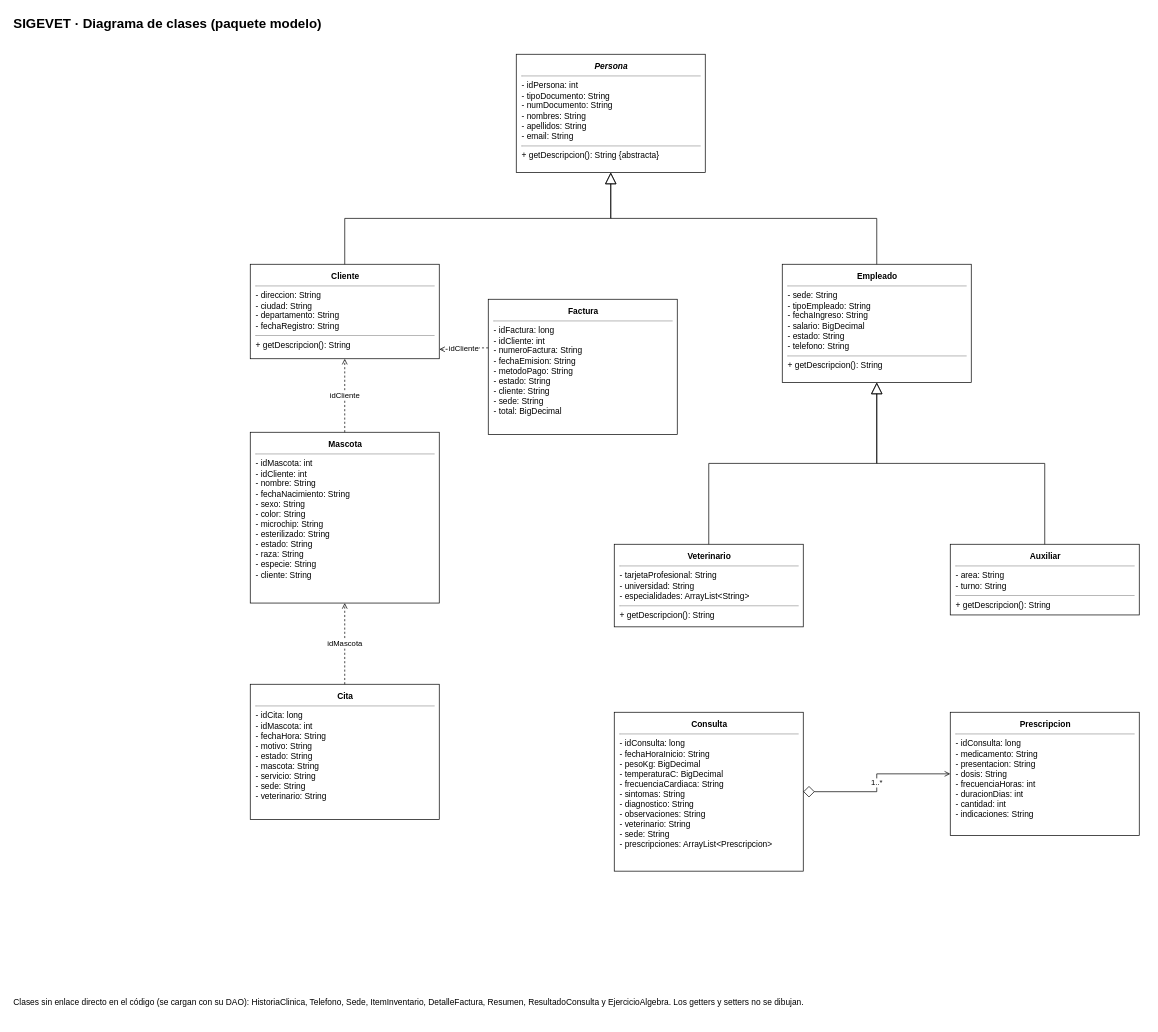
Earlier version of the draw.io diagram documentos/fase1/diagramas_drawio/28_Clases.drawio (Estarlan/proyecto-bd1-sigevet). Source tidied: cells renumbered, new cells numbered last; positions are measured from the earlier drawing's top-left corner, leaving out a move shared by most shapes. Both pictures are drawn from the tidied source at 70%, with x=0, y=0 at pixel (12, 12).
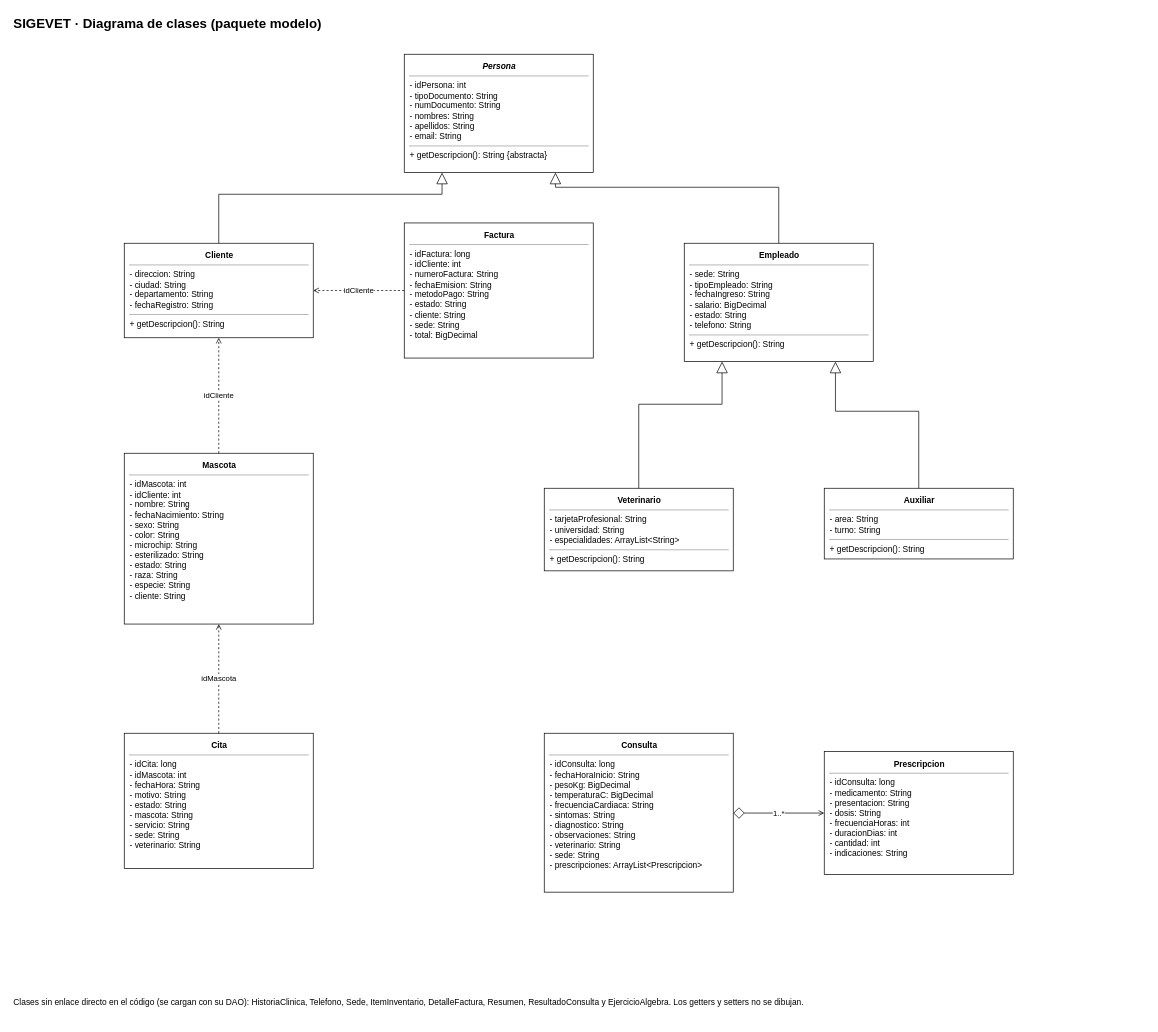
Above is the later version.

The edit, as a diff of the source:
```diff
@@
     <mxCell id="3" value="&lt;div style='width:256px'&gt;&lt;div style='text-align:center'&gt;&lt;b&gt;&lt;i&gt;Persona&lt;/i&gt;&lt;/b&gt;&lt;/div&gt;&lt;hr size='1'&gt;- idPersona: int&lt;br&gt;- tipoDocumento: String&lt;br&gt;- numDocumento: String&lt;br&gt;- nombres: String&lt;br&gt;- apellidos: String&lt;br&gt;- email: String&lt;hr size='1'&gt;+ getDescripcion(): String {abstracta}&lt;/div&gt;" style="rounded=0;whiteSpace=wrap;html=1;fillColor=none;align=left;verticalAlign=top;spacingLeft=6;spacingTop=4;fontSize=12;" parent="1" vertex="1">
-      <mxGeometry x="720" y="60" width="270" height="169" as="geometry" />
+      <mxGeometry x="560" y="60" width="270" height="169" as="geometry" />
     </mxCell>
     <mxCell id="4" value="&lt;div style='width:256px'&gt;&lt;div style='text-align:center'&gt;&lt;b&gt;Cliente&lt;/b&gt;&lt;/div&gt;&lt;hr size='1'&gt;- direccion: String&lt;br&gt;- ciudad: String&lt;br&gt;- departamento: String&lt;br&gt;- fechaRegistro: String&lt;hr size='1'&gt;+ getDescripcion(): String&lt;/div&gt;" style="rounded=0;whiteSpace=wrap;html=1;fillColor=none;align=left;verticalAlign=top;spacingLeft=6;spacingTop=4;fontSize=12;" parent="1" vertex="1">
-      <mxGeometry x="340" y="360" width="270" height="135" as="geometry" />
+      <mxGeometry x="160" y="330" width="270" height="135" as="geometry" />
     </mxCell>
     <mxCell id="5" value="&lt;div style='width:256px'&gt;&lt;div style='text-align:center'&gt;&lt;b&gt;Empleado&lt;/b&gt;&lt;/div&gt;&lt;hr size='1'&gt;- sede: String&lt;br&gt;- tipoEmpleado: String&lt;br&gt;- fechaIngreso: String&lt;br&gt;- salario: BigDecimal&lt;br&gt;- estado: String&lt;br&gt;- telefono: String&lt;hr size='1'&gt;+ getDescripcion(): String&lt;/div&gt;" style="rounded=0;whiteSpace=wrap;html=1;fillColor=none;align=left;verticalAlign=top;spacingLeft=6;spacingTop=4;fontSize=12;" parent="1" vertex="1">
-      <mxGeometry x="1100" y="360" width="270" height="169" as="geometry" />
+      <mxGeometry x="960" y="330" width="270" height="169" as="geometry" />
     </mxCell>
     <mxCell id="6" value="&lt;div style='width:256px'&gt;&lt;div style='text-align:center'&gt;&lt;b&gt;Veterinario&lt;/b&gt;&lt;/div&gt;&lt;hr size='1'&gt;- tarjetaProfesional: String&lt;br&gt;- universidad: String&lt;br&gt;- especialidades: ArrayList&amp;lt;String&amp;gt;&lt;hr size='1'&gt;+ getDescripcion(): String&lt;/div&gt;" style="rounded=0;whiteSpace=wrap;html=1;fillColor=none;align=left;verticalAlign=top;spacingLeft=6;spacingTop=4;fontSize=12;" parent="1" vertex="1">
-      <mxGeometry x="860" y="760" width="270" height="118" as="geometry" />
+      <mxGeometry x="760" y="680" width="270" height="118" as="geometry" />
     </mxCell>
     <mxCell id="7" value="&lt;div style='width:256px'&gt;&lt;div style='text-align:center'&gt;&lt;b&gt;Auxiliar&lt;/b&gt;&lt;/div&gt;&lt;hr size='1'&gt;- area: String&lt;br&gt;- turno: String&lt;hr size='1'&gt;+ getDescripcion(): String&lt;/div&gt;" style="rounded=0;whiteSpace=wrap;html=1;fillColor=none;align=left;verticalAlign=top;spacingLeft=6;spacingTop=4;fontSize=12;" parent="1" vertex="1">
-      <mxGeometry x="1340" y="760" width="270" height="101" as="geometry" />
+      <mxGeometry x="1160" y="680" width="270" height="101" as="geometry" />
     </mxCell>
     <mxCell id="8" value="&lt;div style='width:256px'&gt;&lt;div style='text-align:center'&gt;&lt;b&gt;Mascota&lt;/b&gt;&lt;/div&gt;&lt;hr size='1'&gt;- idMascota: int&lt;br&gt;- idCliente: int&lt;br&gt;- nombre: String&lt;br&gt;- fechaNacimiento: String&lt;br&gt;- sexo: String&lt;br&gt;- color: String&lt;br&gt;- microchip: String&lt;br&gt;- esterilizado: String&lt;br&gt;- estado: String&lt;br&gt;- raza: String&lt;br&gt;- especie: String&lt;br&gt;- cliente: String&lt;/div&gt;" style="rounded=0;whiteSpace=wrap;html=1;fillColor=none;align=left;verticalAlign=top;spacingLeft=6;spacingTop=4;fontSize=12;" parent="1" vertex="1">
-      <mxGeometry x="340" y="600" width="270" height="244" as="geometry" />
+      <mxGeometry x="160" y="630" width="270" height="244" as="geometry" />
     </mxCell>
     <mxCell id="9" value="&lt;div style='width:256px'&gt;&lt;div style='text-align:center'&gt;&lt;b&gt;Cita&lt;/b&gt;&lt;/div&gt;&lt;hr size='1'&gt;- idCita: long&lt;br&gt;- idMascota: int&lt;br&gt;- fechaHora: String&lt;br&gt;- motivo: String&lt;br&gt;- estado: String&lt;br&gt;- mascota: String&lt;br&gt;- servicio: String&lt;br&gt;- sede: String&lt;br&gt;- veterinario: String&lt;/div&gt;" style="rounded=0;whiteSpace=wrap;html=1;fillColor=none;align=left;verticalAlign=top;spacingLeft=6;spacingTop=4;fontSize=12;" parent="1" vertex="1">
-      <mxGeometry x="340" y="960" width="270" height="193" as="geometry" />
+      <mxGeometry x="160" y="1030" width="270" height="193" as="geometry" />
     </mxCell>
     <mxCell id="10" value="&lt;div style='width:256px'&gt;&lt;div style='text-align:center'&gt;&lt;b&gt;Factura&lt;/b&gt;&lt;/div&gt;&lt;hr size='1'&gt;- idFactura: long&lt;br&gt;- idCliente: int&lt;br&gt;- numeroFactura: String&lt;br&gt;- fechaEmision: String&lt;br&gt;- metodoPago: String&lt;br&gt;- estado: String&lt;br&gt;- cliente: String&lt;br&gt;- sede: String&lt;br&gt;- total: BigDecimal&lt;/div&gt;" style="rounded=0;whiteSpace=wrap;html=1;fillColor=none;align=left;verticalAlign=top;spacingLeft=6;spacingTop=4;fontSize=12;" parent="1" vertex="1">
-      <mxGeometry x="680" y="410" width="270" height="193" as="geometry" />
+      <mxGeometry x="560" y="301" width="270" height="193" as="geometry" />
     </mxCell>
     <mxCell id="11" value="&lt;div style='width:256px'&gt;&lt;div style='text-align:center'&gt;&lt;b&gt;Consulta&lt;/b&gt;&lt;/div&gt;&lt;hr size='1'&gt;- idConsulta: long&lt;br&gt;- fechaHoraInicio: String&lt;br&gt;- pesoKg: BigDecimal&lt;br&gt;- temperaturaC: BigDecimal&lt;br&gt;- frecuenciaCardiaca: String&lt;br&gt;- sintomas: String&lt;br&gt;- diagnostico: String&lt;br&gt;- observaciones: String&lt;br&gt;- veterinario: String&lt;br&gt;- sede: String&lt;br&gt;- prescripciones: ArrayList&amp;lt;Prescripcion&amp;gt;&lt;/div&gt;" style="rounded=0;whiteSpace=wrap;html=1;fillColor=none;align=left;verticalAlign=top;spacingLeft=6;spacingTop=4;fontSize=12;" parent="1" vertex="1">
-      <mxGeometry x="860" y="1000" width="270" height="227" as="geometry" />
+      <mxGeometry x="760" y="1030" width="270" height="227" as="geometry" />
     </mxCell>
     <mxCell id="12" value="&lt;div style='width:256px'&gt;&lt;div style='text-align:center'&gt;&lt;b&gt;Prescripcion&lt;/b&gt;&lt;/div&gt;&lt;hr size='1'&gt;- idConsulta: long&lt;br&gt;- medicamento: String&lt;br&gt;- presentacion: String&lt;br&gt;- dosis: String&lt;br&gt;- frecuenciaHoras: int&lt;br&gt;- duracionDias: int&lt;br&gt;- cantidad: int&lt;br&gt;- indicaciones: String&lt;/div&gt;" style="rounded=0;whiteSpace=wrap;html=1;fillColor=none;align=left;verticalAlign=top;spacingLeft=6;spacingTop=4;fontSize=12;" parent="1" vertex="1">
-      <mxGeometry x="1340" y="1000" width="270" height="176" as="geometry" />
+      <mxGeometry x="1160" y="1056" width="270" height="176" as="geometry" />
     </mxCell>
-    <mxCell id="13" style="edgeStyle=orthogonalEdgeStyle;html=1;endArrow=block;endFill=0;endSize=14;rounded=0;exitX=0.5;exitY=0;entryX=0.5;entryY=1;" parent="1" edge="1" source="4" target="3">
-      <mxGeometry relative="1" as="geometry" />
+    <mxCell id="13" style="edgeStyle=none;html=1;endArrow=block;endFill=0;endSize=14;rounded=0;exitX=0.5;exitY=0;entryX=0.2;entryY=1;exitPerimeter=0;entryPerimeter=0;" parent="1" edge="1" source="4" target="3">
+      <mxGeometry relative="1" as="geometry">
+        <Array as="points">
+          <mxPoint x="295" y="260" />
+          <mxPoint x="614" y="260" />
+        </Array>
+      </mxGeometry>
     </mxCell>
-    <mxCell id="14" style="edgeStyle=orthogonalEdgeStyle;html=1;endArrow=block;endFill=0;endSize=14;rounded=0;exitX=0.5;exitY=0;entryX=0.5;entryY=1;" parent="1" edge="1" source="5" target="3">
-      <mxGeometry relative="1" as="geometry" />
+    <mxCell id="14" style="edgeStyle=none;html=1;endArrow=block;endFill=0;endSize=14;rounded=0;exitX=0.5;exitY=0;entryX=0.8;entryY=1;exitPerimeter=0;entryPerimeter=0;" parent="1" edge="1" source="5" target="3">
+      <mxGeometry relative="1" as="geometry">
+        <Array as="points">
+          <mxPoint x="1095" y="250" />
+          <mxPoint x="776" y="250" />
+        </Array>
+      </mxGeometry>
     </mxCell>
-    <mxCell id="15" style="edgeStyle=orthogonalEdgeStyle;html=1;endArrow=block;endFill=0;endSize=14;rounded=0;exitX=0.5;exitY=0;entryX=0.5;entryY=1;" parent="1" edge="1" source="6" target="5">
-      <mxGeometry relative="1" as="geometry" />
+    <mxCell id="15" style="edgeStyle=none;html=1;endArrow=block;endFill=0;endSize=14;rounded=0;exitX=0.5;exitY=0;entryX=0.2;entryY=1;exitPerimeter=0;entryPerimeter=0;" parent="1" edge="1" source="6" target="5">
+      <mxGeometry relative="1" as="geometry">
+        <Array as="points">
+          <mxPoint x="895" y="560" />
+          <mxPoint x="1014" y="560" />
+        </Array>
+      </mxGeometry>
     </mxCell>
-    <mxCell id="16" style="edgeStyle=orthogonalEdgeStyle;html=1;endArrow=block;endFill=0;endSize=14;rounded=0;exitX=0.5;exitY=0;entryX=0.5;entryY=1;" parent="1" edge="1" source="7" target="5">
-      <mxGeometry relative="1" as="geometry" />
+    <mxCell id="16" style="edgeStyle=none;html=1;endArrow=block;endFill=0;endSize=14;rounded=0;exitX=0.5;exitY=0;entryX=0.8;entryY=1;exitPerimeter=0;entryPerimeter=0;" parent="1" edge="1" source="7" target="5">
+      <mxGeometry relative="1" as="geometry">
+        <Array as="points">
+          <mxPoint x="1295" y="570" />
+          <mxPoint x="1176" y="570" />
+        </Array>
+      </mxGeometry>
     </mxCell>
-    <mxCell id="17" value="1..*" style="edgeStyle=orthogonalEdgeStyle;html=1;startArrow=diamond;startFill=0;startSize=14;endArrow=open;rounded=0;exitX=1;exitY=0.5;entryX=0;entryY=0.5;" parent="1" edge="1" source="11" target="12">
+    <mxCell id="17" value="1..*" style="edgeStyle=none;html=1;startArrow=diamond;startFill=0;startSize=14;endArrow=open;rounded=0;exitX=1;exitY=0.50220264317;entryX=0;entryY=0.5;exitPerimeter=0;entryPerimeter=0;" parent="1" edge="1" source="11" target="12">
       <mxGeometry relative="1" as="geometry" />
     </mxCell>
-    <mxCell id="18" value="idCliente" style="edgeStyle=orthogonalEdgeStyle;html=1;dashed=1;endArrow=open;rounded=0;exitX=0.5;exitY=0;entryX=0.5;entryY=1;" parent="1" edge="1" source="8" target="4">
+    <mxCell id="18" value="idCliente" style="edgeStyle=none;html=1;dashed=1;endArrow=open;rounded=0;exitX=0.5;exitY=0;entryX=0.5;entryY=1;exitPerimeter=0;entryPerimeter=0;" parent="1" edge="1" source="8" target="4">
       <mxGeometry relative="1" as="geometry" />
     </mxCell>
-    <mxCell id="19" value="idMascota" style="edgeStyle=orthogonalEdgeStyle;html=1;dashed=1;endArrow=open;rounded=0;exitX=0.5;exitY=0;entryX=0.5;entryY=1;" parent="1" edge="1" source="9" target="8">
+    <mxCell id="19" value="idMascota" style="edgeStyle=none;html=1;dashed=1;endArrow=open;rounded=0;exitX=0.5;exitY=0;entryX=0.5;entryY=1;exitPerimeter=0;entryPerimeter=0;" parent="1" edge="1" source="9" target="8">
       <mxGeometry relative="1" as="geometry" />
     </mxCell>
-    <mxCell id="20" value="idCliente" style="edgeStyle=orthogonalEdgeStyle;html=1;dashed=1;endArrow=open;rounded=0;exitX=0;exitY=0.36;entryX=1;entryY=0.9;" parent="1" edge="1" source="10" target="4">
+    <mxCell id="20" value="idCliente" style="edgeStyle=none;html=1;dashed=1;endArrow=open;rounded=0;exitX=0;exitY=0.5;entryX=1;entryY=0.5;exitPerimeter=0;entryPerimeter=0;" parent="1" edge="1" source="10" target="4">
       <mxGeometry relative="1" as="geometry" />
     </mxCell>
```
